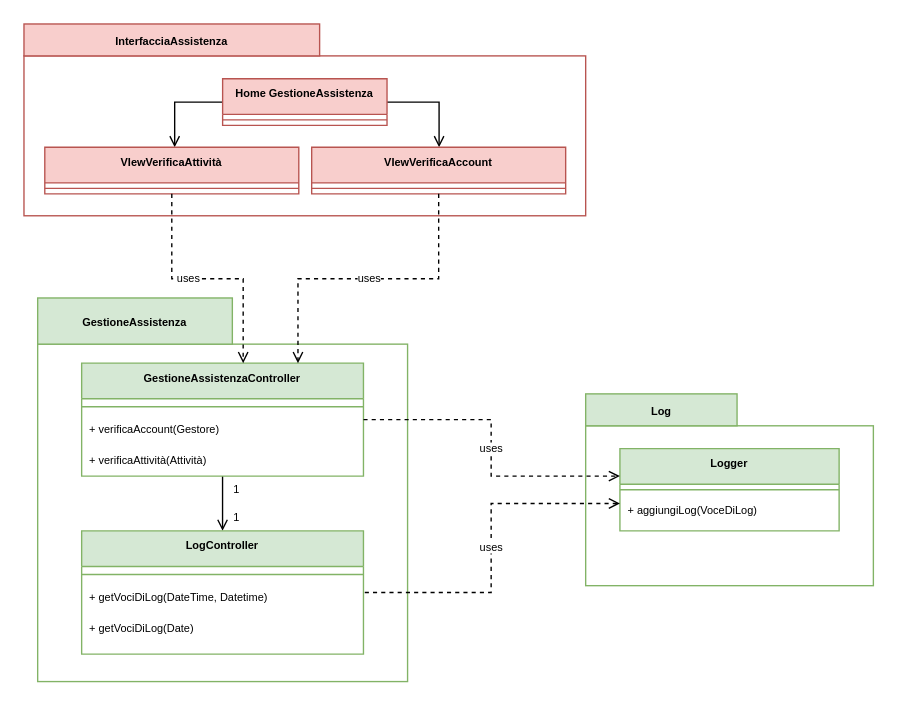
Above: page "Assistenza" (4 of 6) of diagrammaPackage.drawio in Marco-Burattoni/Progetto-ids (draw.io), before the change. Source tidied: cells renumbered, new cells numbered last; positions are measured from the earlier drawing's top-left corner, leaving out a move shared by most shapes. Both pictures are drawn from the tidied source at 137%, with x=0, y=0 at pixel (23, 23).
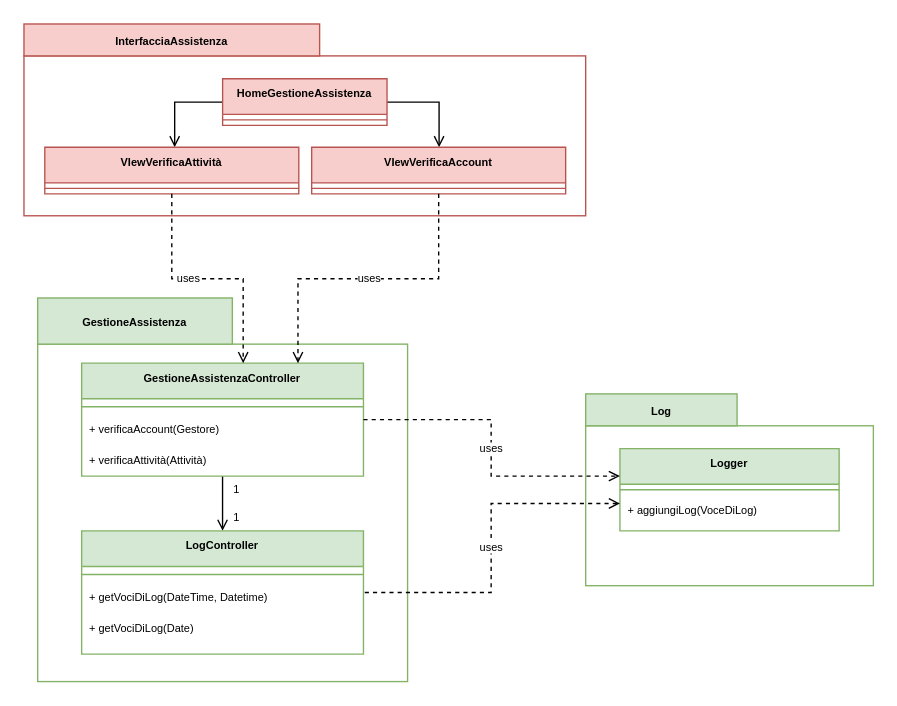
The same diagram, later.

The change refers to these unchanged cells:
```xml
<mxCell id="2" style="group;" parent="1" vertex="1">
  <mxGeometry width="410" height="154" as="geometry" />
</mxCell>
```

Change to the diagram source:
```diff
@@
-    <mxCell id="7" value="Home GestioneAssistenza" style="swimlane;fontStyle=1;align=center;verticalAlign=top;horizontal=1;startSize=26;shadow=0;sketch=0;fillStyle=auto;strokeColor=#B85450;fontSize=8;fillColor=#F8CECC;gradientColor=none;" parent="2" vertex="1">
+    <mxCell id="7" value="HomeGestioneAssistenza" style="swimlane;fontStyle=1;align=center;verticalAlign=top;horizontal=1;startSize=26;shadow=0;sketch=0;fillStyle=auto;strokeColor=#B85450;fontSize=8;fillColor=#F8CECC;gradientColor=none;" parent="2" vertex="1">
       <mxGeometry x="145" y="40" width="120" height="34" as="geometry" />
     </mxCell>
```
